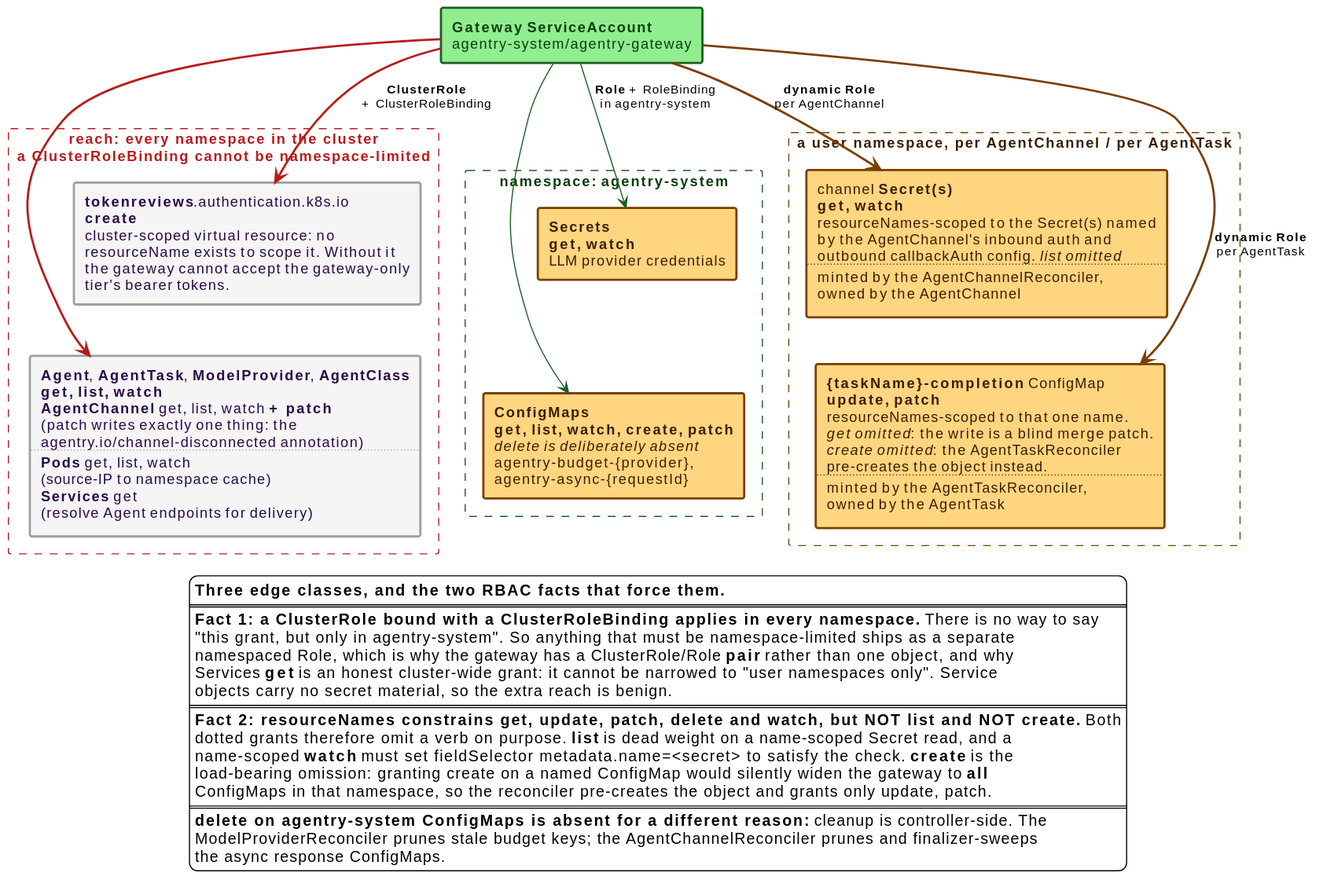
This is docs/src/diagrams/gateway-rbac-reach.svg from win07xp/kaalm, a PlantUML export, as it was before one commit.
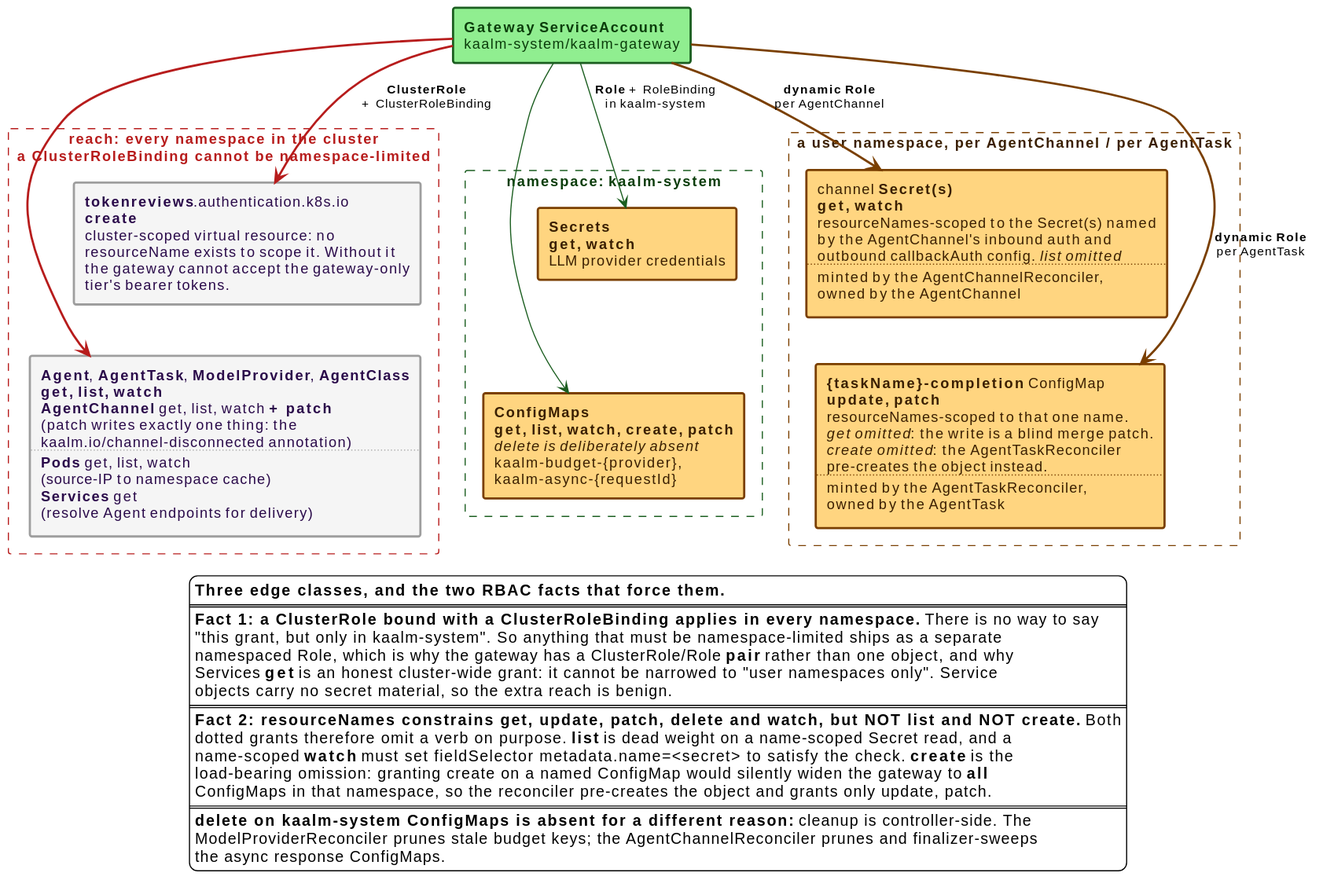
The same file after the commit.

Change to the diagram source:
```diff
@@ -8,16 +8,16 @@
   roundCorner 4
 }
 
-rectangle "**Gateway ServiceAccount**\nagentry-system/agentry-gateway" as GWSA #back:90EE90;line:1B5E20;line.bold;text:0b3d0b
+rectangle "**Gateway ServiceAccount**\nkaalm-system/kaalm-gateway" as GWSA #back:90EE90;line:1B5E20;line.bold;text:0b3d0b
 
 rectangle "**reach: every namespace in the cluster**\na ClusterRoleBinding cannot be namespace-limited" as band #line:B71C1C;line.dashed;text:B71C1C {
   rectangle "**tokenreviews**.authentication.k8s.io\n**create**\ncluster-scoped virtual resource: no\nresourceName exists to scope it. Without it\nthe gateway cannot accept the gateway-only\ntier's bearer tokens." as tr #back:F5F5F5;line:9E9E9E;line.bold;text:2a0a4a
-  rectangle "**Agent**, **AgentTask**, **ModelProvider**, **AgentClass**\n**get, list, watch**\n**AgentChannel** get, list, watch **+ patch**\n(patch writes exactly one thing: the\nagentry.io/channel-disconnected annotation)\n....\n**Pods** get, list, watch\n(source-IP to namespace cache)\n**Services** get\n(resolve Agent endpoints for delivery)" as crds #back:F5F5F5;line:9E9E9E;line.bold;text:2a0a4a
+  rectangle "**Agent**, **AgentTask**, **ModelProvider**, **AgentClass**\n**get, list, watch**\n**AgentChannel** get, list, watch **+ patch**\n(patch writes exactly one thing: the\nkaalm.io/channel-disconnected annotation)\n....\n**Pods** get, list, watch\n(source-IP to namespace cache)\n**Services** get\n(resolve Agent endpoints for delivery)" as crds #back:F5F5F5;line:9E9E9E;line.bold;text:2a0a4a
 }
 
-rectangle "namespace: **agentry-system**" as nssys #line:1B5E20;line.dashed;text:0b3d0b {
+rectangle "namespace: **kaalm-system**" as nssys #line:1B5E20;line.dashed;text:0b3d0b {
   rectangle "**Secrets**\n**get, watch**\nLLM provider credentials" as secs #back:FFD580;line:7a3f00;line.bold;text:3a1f00
-  rectangle "**ConfigMaps**\n**get, list, watch, create, patch**\n//delete is deliberately absent//\nagentry-budget-{provider},\nagentry-async-{requestId}" as cms #back:FFD580;line:7a3f00;line.bold;text:3a1f00
+  rectangle "**ConfigMaps**\n**get, list, watch, create, patch**\n//delete is deliberately absent//\nkaalm-budget-{provider},\nkaalm-async-{requestId}" as cms #back:FFD580;line:7a3f00;line.bold;text:3a1f00
 }
 
 rectangle "a user namespace, per AgentChannel / per AgentTask" as nsuser #line:7a3f00;line.dashed;text:3a1f00 {
@@ -27,7 +27,7 @@
 
 GWSA -[#B71C1C,bold]-> tr : **ClusterRole**\n+ ClusterRoleBinding
 GWSA -[#B71C1C,bold]-> crds
-GWSA -[#1B5E20]-> secs : **Role** + RoleBinding\nin agentry-system
+GWSA -[#1B5E20]-> secs : **Role** + RoleBinding\nin kaalm-system
 GWSA -[#1B5E20]-> cms
 GWSA .[#7a3f00,bold].> chsec : **dynamic Role**\nper AgentChannel
 GWSA .[#7a3f00,bold].> compcm : **dynamic Role**\nper AgentTask
@@ -40,7 +40,7 @@
   **Three edge classes, and the two RBAC facts that force them.**
   ====
   **Fact 1: a ClusterRole bound with a ClusterRoleBinding applies in every namespace.** There is no way to say
-  "this grant, but only in agentry-system". So anything that must be namespace-limited ships as a separate
+  "this grant, but only in kaalm-system". So anything that must be namespace-limited ships as a separate
   namespaced Role, which is why the gateway has a ClusterRole/Role **pair** rather than one object, and why
   Services **get** is an honest cluster-wide grant: it cannot be narrowed to "user namespaces only". Service
   objects carry no secret material, so the extra reach is benign.
@@ -51,7 +51,7 @@
   load-bearing omission: granting create on a named ConfigMap would silently widen the gateway to **all**
   ConfigMaps in that namespace, so the reconciler pre-creates the object and grants only update, patch.
   ====
-  **delete on agentry-system ConfigMaps is absent for a different reason:** cleanup is controller-side. The
+  **delete on kaalm-system ConfigMaps is absent for a different reason:** cleanup is controller-side. The
   ModelProviderReconciler prunes stale budget keys; the AgentChannelReconciler prunes and finalizer-sweeps
   the async response ConfigMaps.
 endlegend
```
